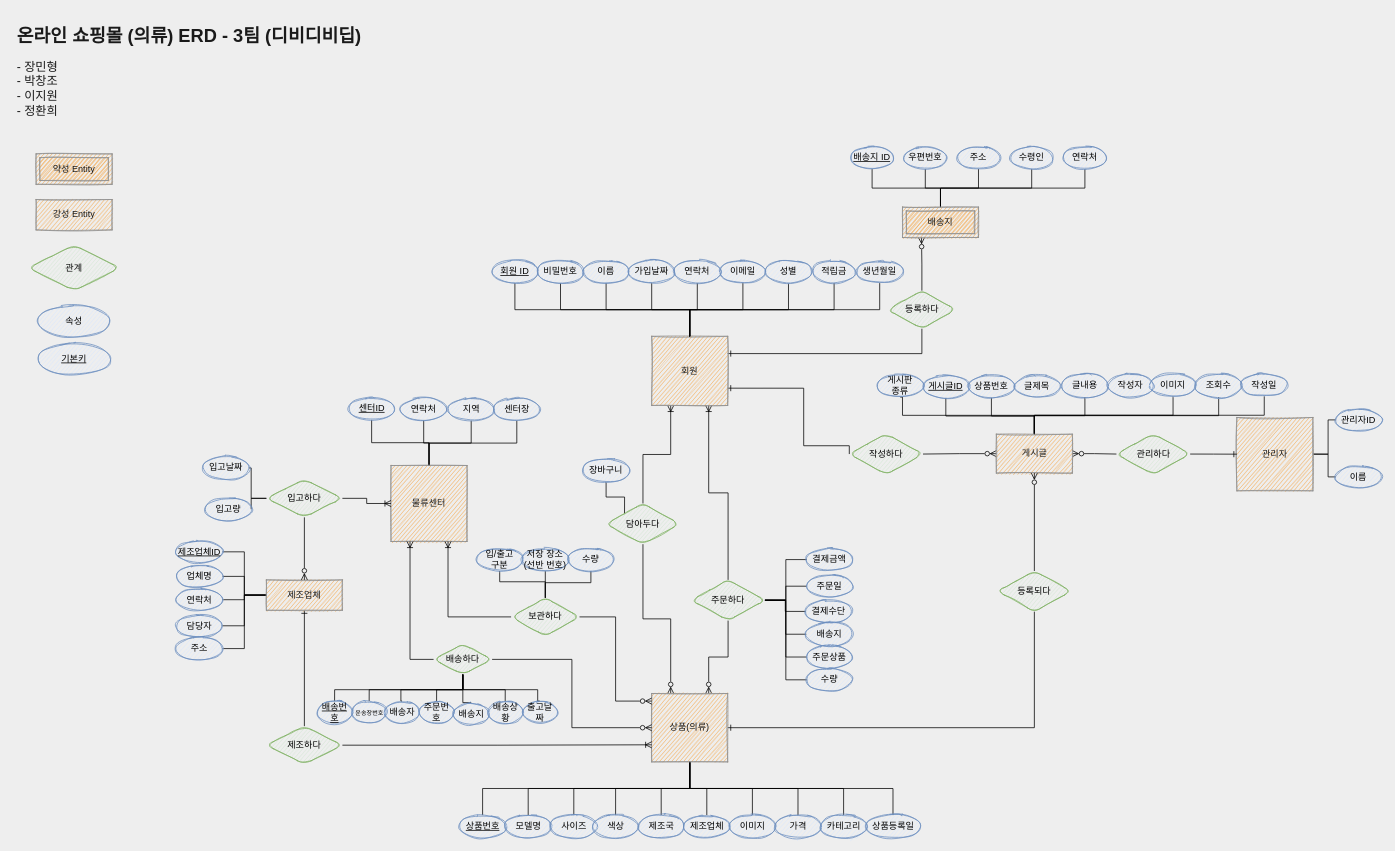
The draw.io diagram page "새로만든ER" (3 of 3) of Untitled Diagram.drawio in pcjo1202/DataBase-design, before the edit. Source tidied: cells renumbered, new cells numbered last; positions are measured from the earlier drawing's top-left corner, leaving out a move shared by most shapes. Both pictures are drawn from the tidied source at 76%, with x=0, y=0 at pixel (13, 21).
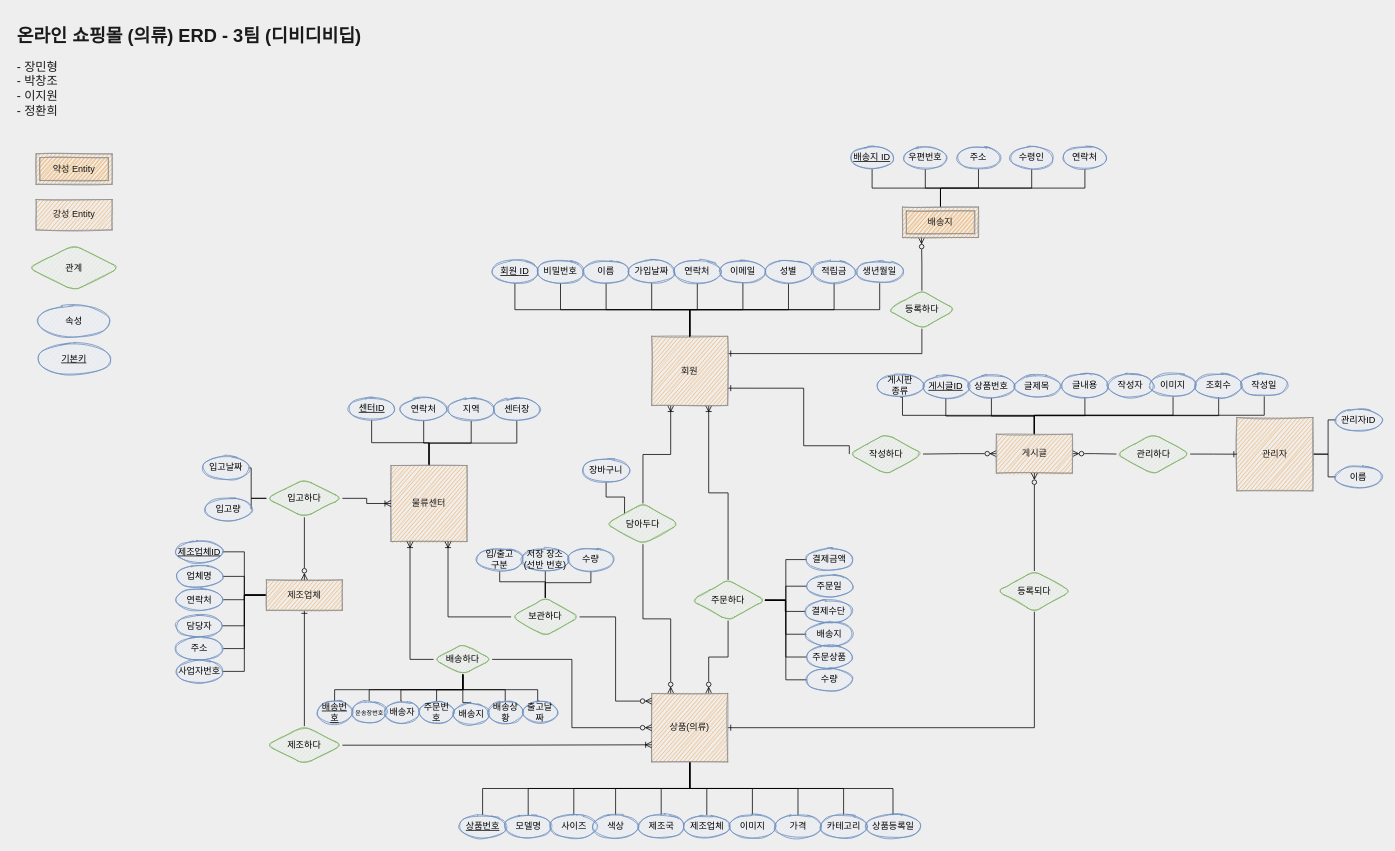
The same diagram, later.

Commit message:
제조업체에 사업자번호 추가

The change refers to these unchanged cells:
```xml
<mxCell id="56" value="제조업체" style="whiteSpace=wrap;html=1;align=center;rounded=0;sketch=1;fontColor=#1A1A1A;strokeColor=#909090;fillColor=#F5AB50;" parent="1" vertex="1">
  <mxGeometry x="333" y="735.5" width="100" height="40" as="geometry" />
</mxCell>
```

Diff of the diagram source:
```diff
@@
+    <mxCell id="171" style="edgeStyle=orthogonalEdgeStyle;rounded=0;jettySize=auto;html=1;exitX=0;exitY=0.5;exitDx=0;exitDy=0;entryX=1;entryY=0.5;entryDx=0;entryDy=0;endArrow=none;endFill=0;" parent="1" edge="1" source="56" target="172">
+      <mxGeometry relative="1" as="geometry" />
+    </mxCell>
@@
+    <mxCell id="172" value="사업자번호" style="ellipse;whiteSpace=wrap;html=1;align=center;rounded=0;sketch=1;strokeColor=#6c8ebf;fillColor=#dae8fc;" parent="1" vertex="1">
+      <mxGeometry x="215" y="840.9" width="60" height="30" as="geometry" />
+    </mxCell>
```
